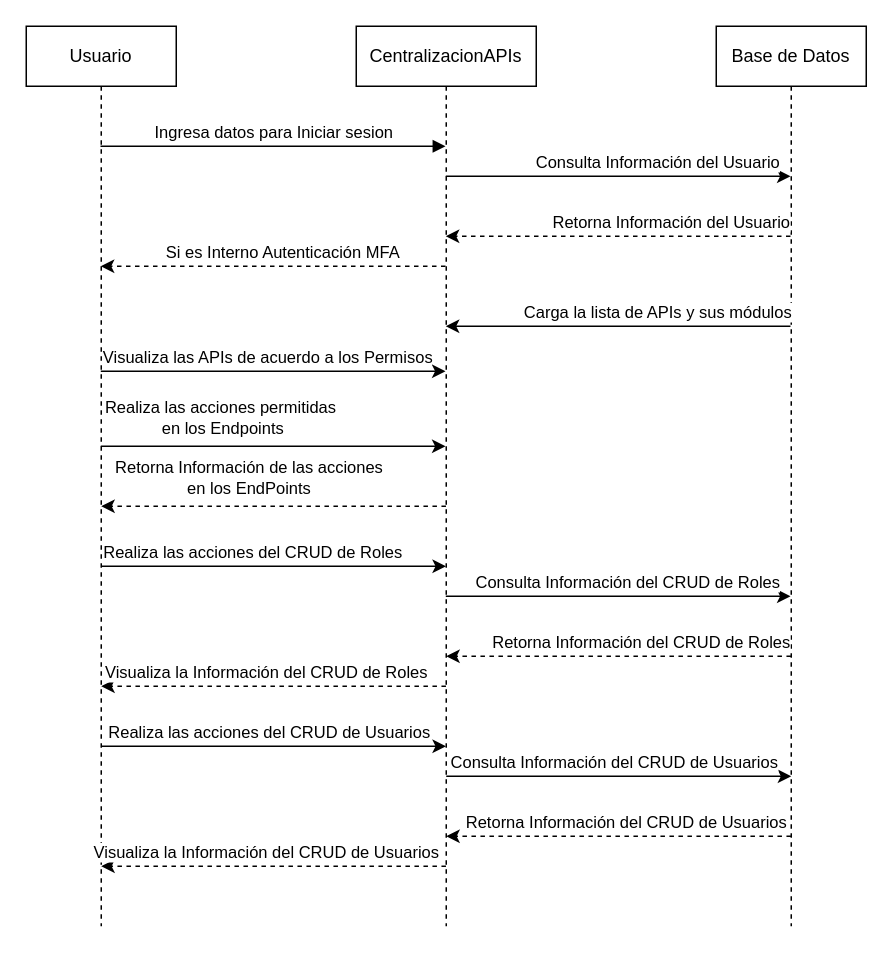
SebasVD29/LaptopToPC keeps this draw.io diagram as Ulatina/XII - Cuatrimestre/PES/Doc/Diagramas/DiagramaSecuencia.drawio. Above is the earlier version. Source tidied: cells renumbered, new cells numbered last; positions are measured from the earlier drawing's top-left corner, leaving out a move shared by most shapes. Both pictures are drawn from the tidied source at 150%, with x=0, y=0 at pixel (26, 26).
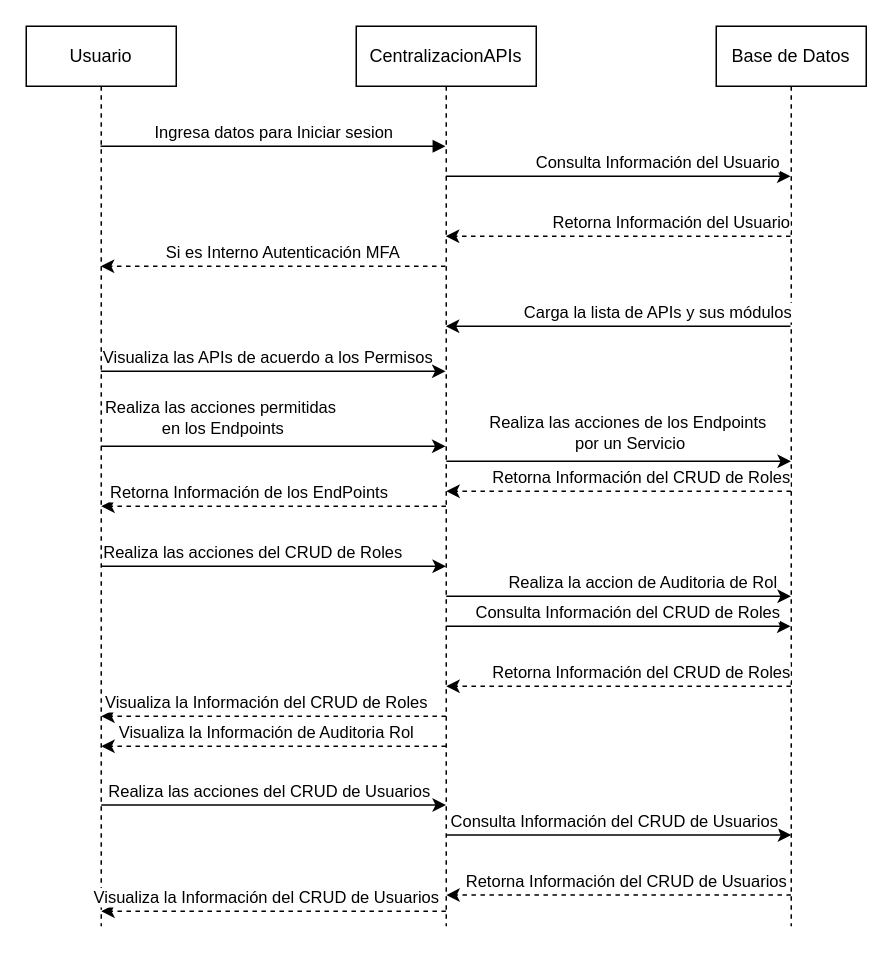
The same page after the edit.

Unchanged cells that the change refers to:
```xml
<mxCell id="34" style="endArrow=classic;html=1;rounded=0;dashed=1;" parent="1" edge="1">
  <mxGeometry relative="1" as="geometry">
    <mxPoint x="279.8" y="320" as="sourcePoint" />
    <mxPoint x="50" y="320" as="targetPoint" />
    <Array as="points">
      <mxPoint x="160.3" y="320" />
    </Array>
  </mxGeometry>
</mxCell>
```

What changed in the source:
```diff
@@
     <mxCell id="20" style="endArrow=classic;html=1;rounded=0;" parent="1" edge="1">
       <mxGeometry relative="1" as="geometry">
-        <mxPoint x="279.7" y="380" as="sourcePoint" />
-        <mxPoint x="509.5" y="380" as="targetPoint" />
+        <mxPoint x="279.7" y="400" as="sourcePoint" />
+        <mxPoint x="509.5" y="400" as="targetPoint" />
         <Array as="points">
-          <mxPoint x="390.3" y="380" />
+          <mxPoint x="390.3" y="400" />
         </Array>
       </mxGeometry>
     </mxCell>
@@
     <mxCell id="22" style="endArrow=classic;html=1;rounded=0;dashed=1;" parent="1" edge="1">
       <mxGeometry relative="1" as="geometry">
-        <mxPoint x="509.8" y="420" as="sourcePoint" />
-        <mxPoint x="280" y="420" as="targetPoint" />
+        <mxPoint x="509.8" y="440" as="sourcePoint" />
+        <mxPoint x="280" y="440" as="targetPoint" />
         <Array as="points">
-          <mxPoint x="390.3" y="420" />
+          <mxPoint x="390.3" y="440" />
         </Array>
       </mxGeometry>
     </mxCell>
@@
     <mxCell id="24" style="endArrow=classic;html=1;rounded=0;dashed=1;" parent="1" edge="1">
       <mxGeometry relative="1" as="geometry">
-        <mxPoint x="279.8" y="440" as="sourcePoint" />
-        <mxPoint x="50" y="440" as="targetPoint" />
+        <mxPoint x="279.8" y="460" as="sourcePoint" />
+        <mxPoint x="50" y="460" as="targetPoint" />
         <Array as="points">
-          <mxPoint x="160.3" y="440" />
+          <mxPoint x="160.3" y="460" />
         </Array>
       </mxGeometry>
     </mxCell>
@@
     <mxCell id="26" style="endArrow=classic;html=1;rounded=0;" parent="1" edge="1">
       <mxGeometry relative="1" as="geometry">
-        <mxPoint x="50" y="480" as="sourcePoint" />
-        <mxPoint x="279.8" y="480" as="targetPoint" />
+        <mxPoint x="50" y="519.2" as="sourcePoint" />
+        <mxPoint x="279.8" y="519.2" as="targetPoint" />
       </mxGeometry>
     </mxCell>
@@
     <mxCell id="28" style="endArrow=classic;html=1;rounded=0;" parent="1" edge="1">
       <mxGeometry relative="1" as="geometry">
-        <mxPoint x="280" y="500" as="sourcePoint" />
-        <mxPoint x="510" y="500" as="targetPoint" />
+        <mxPoint x="280" y="539.2" as="sourcePoint" />
+        <mxPoint x="510" y="539.2" as="targetPoint" />
         <Array as="points">
-          <mxPoint x="390.3" y="500" />
+          <mxPoint x="390.3" y="539.2" />
         </Array>
       </mxGeometry>
     </mxCell>
@@
     <mxCell id="30" style="endArrow=classic;html=1;rounded=0;dashed=1;" parent="1" edge="1">
       <mxGeometry relative="1" as="geometry">
-        <mxPoint x="509.8" y="540" as="sourcePoint" />
-        <mxPoint x="280" y="540" as="targetPoint" />
+        <mxPoint x="509.8" y="579.2" as="sourcePoint" />
+        <mxPoint x="280" y="579.2" as="targetPoint" />
         <Array as="points">
-          <mxPoint x="390.3" y="540" />
+          <mxPoint x="390.3" y="579.2" />
         </Array>
       </mxGeometry>
     </mxCell>
@@
     <mxCell id="32" style="endArrow=classic;html=1;rounded=0;dashed=1;" parent="1" edge="1">
       <mxGeometry relative="1" as="geometry">
-        <mxPoint x="279.8" y="560" as="sourcePoint" />
-        <mxPoint x="50" y="560" as="targetPoint" />
+        <mxPoint x="279.8" y="590" as="sourcePoint" />
+        <mxPoint x="50" y="590" as="targetPoint" />
         <Array as="points">
-          <mxPoint x="160.3" y="560" />
+          <mxPoint x="160.3" y="590" />
         </Array>
       </mxGeometry>
     </mxCell>
@@
-    <mxCell id="35" value="Retorna Información de las acciones&amp;nbsp;&lt;div&gt;en los EndPoints&amp;nbsp;&lt;/div&gt;" style="edgeLabel;html=1;align=center;verticalAlign=middle;" parent="34" vertex="1">
+    <mxCell id="35" value="Retorna Información de los&amp;nbsp;&lt;span style=&quot;background-color: light-dark(#ffffff, var(--ge-dark-color, #121212)); color: light-dark(rgb(0, 0, 0), rgb(255, 255, 255));&quot;&gt;EndPoints&amp;nbsp;&lt;/span&gt;" style="edgeLabel;html=1;align=center;verticalAlign=middle;" parent="34" vertex="1">
       <mxGeometry x="-0.05" y="-1" relative="1" as="geometry">
-        <mxPoint x="-21" y="-19" as="offset" />
+        <mxPoint x="-21" y="-9" as="offset" />
       </mxGeometry>
     </mxCell>
+    <mxCell id="36" style="endArrow=classic;html=1;rounded=0;" parent="1" edge="1">
+      <mxGeometry relative="1" as="geometry">
+        <mxPoint x="280" y="380" as="sourcePoint" />
+        <mxPoint x="509.8" y="380" as="targetPoint" />
+      </mxGeometry>
+    </mxCell>
+    <mxCell id="37" value="Realiza la accion de Auditoria de Rol" style="edgeLabel;html=1;align=center;verticalAlign=middle;" parent="36" vertex="1">
+      <mxGeometry x="-0.03" y="2" relative="1" as="geometry">
+        <mxPoint x="19" y="-8" as="offset" />
+      </mxGeometry>
+    </mxCell>
+    <mxCell id="38" style="endArrow=classic;html=1;rounded=0;dashed=1;" parent="1" edge="1">
+      <mxGeometry relative="1" as="geometry">
+        <mxPoint x="279.8" y="480" as="sourcePoint" />
+        <mxPoint x="50" y="480" as="targetPoint" />
+        <Array as="points">
+          <mxPoint x="160.3" y="480" />
+        </Array>
+      </mxGeometry>
+    </mxCell>
+    <mxCell id="39" value="Visualiza la Información de Auditoria Rol" style="edgeLabel;html=1;align=center;verticalAlign=middle;" parent="38" vertex="1">
+      <mxGeometry x="-0.05" y="-1" relative="1" as="geometry">
+        <mxPoint x="-11" y="-9" as="offset" />
+      </mxGeometry>
+    </mxCell>
+    <mxCell id="40" style="endArrow=classic;html=1;rounded=0;" parent="1" edge="1">
+      <mxGeometry relative="1" as="geometry">
+        <mxPoint x="280" y="290" as="sourcePoint" />
+        <mxPoint x="509.8" y="290" as="targetPoint" />
+      </mxGeometry>
+    </mxCell>
+    <mxCell id="41" value="Realiza las acciones&amp;nbsp;&lt;span style=&quot;background-color: light-dark(#ffffff, var(--ge-dark-color, #121212)); color: light-dark(rgb(0, 0, 0), rgb(255, 255, 255));&quot;&gt;de los Endpoints&lt;/span&gt;&lt;div&gt;&lt;span style=&quot;background-color: light-dark(#ffffff, var(--ge-dark-color, #121212)); color: light-dark(rgb(0, 0, 0), rgb(255, 255, 255));&quot;&gt;&amp;nbsp;por un Servicio&lt;/span&gt;&lt;/div&gt;" style="edgeLabel;html=1;align=center;verticalAlign=middle;" parent="40" vertex="1">
+      <mxGeometry x="-0.03" y="2" relative="1" as="geometry">
+        <mxPoint x="9" y="-18" as="offset" />
+      </mxGeometry>
+    </mxCell>
+    <mxCell id="42" style="endArrow=classic;html=1;rounded=0;dashed=1;" parent="1" edge="1">
+      <mxGeometry relative="1" as="geometry">
+        <mxPoint x="509.8" y="310" as="sourcePoint" />
+        <mxPoint x="280" y="310" as="targetPoint" />
+        <Array as="points">
+          <mxPoint x="390.3" y="310" />
+        </Array>
+      </mxGeometry>
+    </mxCell>
+    <mxCell id="43" value="Retorna Información del CRUD de Roles" style="edgeLabel;html=1;align=center;verticalAlign=middle;" parent="42" vertex="1">
+      <mxGeometry x="0.24" y="1" relative="1" as="geometry">
+        <mxPoint x="42" y="-11" as="offset" />
+      </mxGeometry>
+    </mxCell>
```
